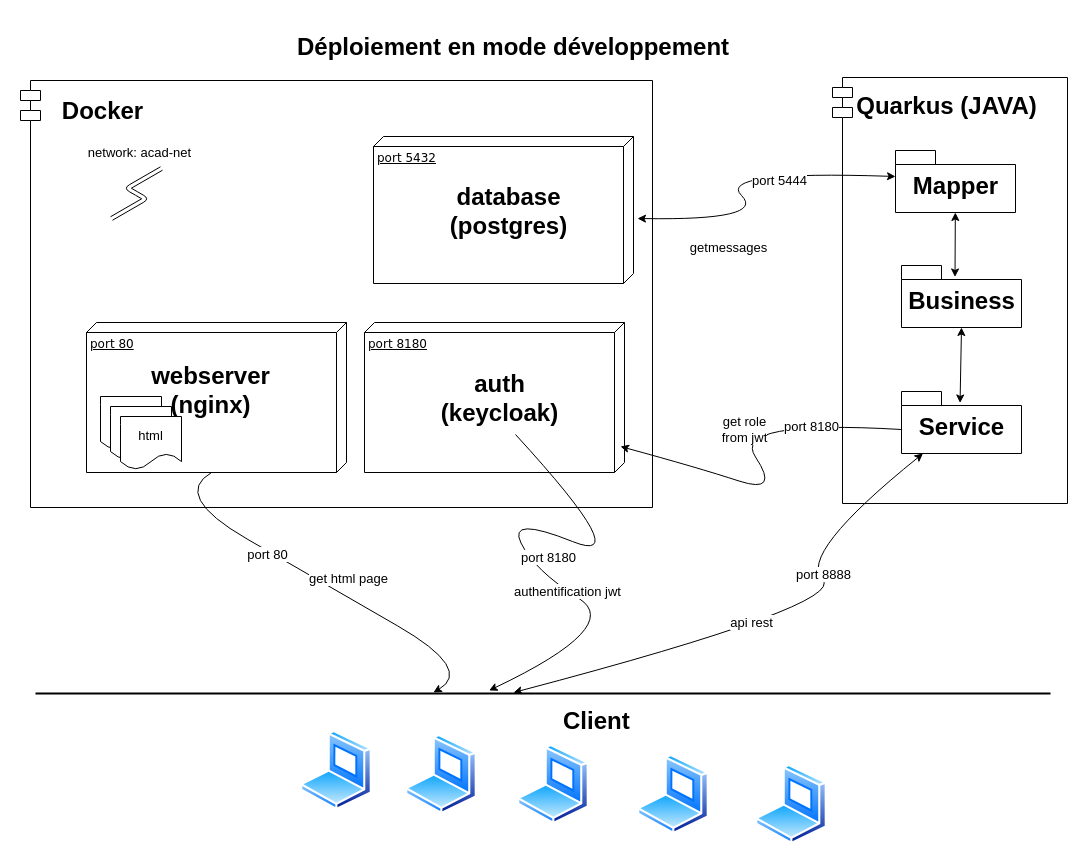
Earlier version of the draw.io diagram deploiement-developpement.drawio (ProjetUdS/S3_P6). Source tidied: cells renumbered, new cells numbered last; positions are measured from the earlier drawing's top-left corner, leaving out a move shared by most shapes. Both pictures are drawn from the tidied source at 100%, with x=0, y=0 at pixel (20, 27).
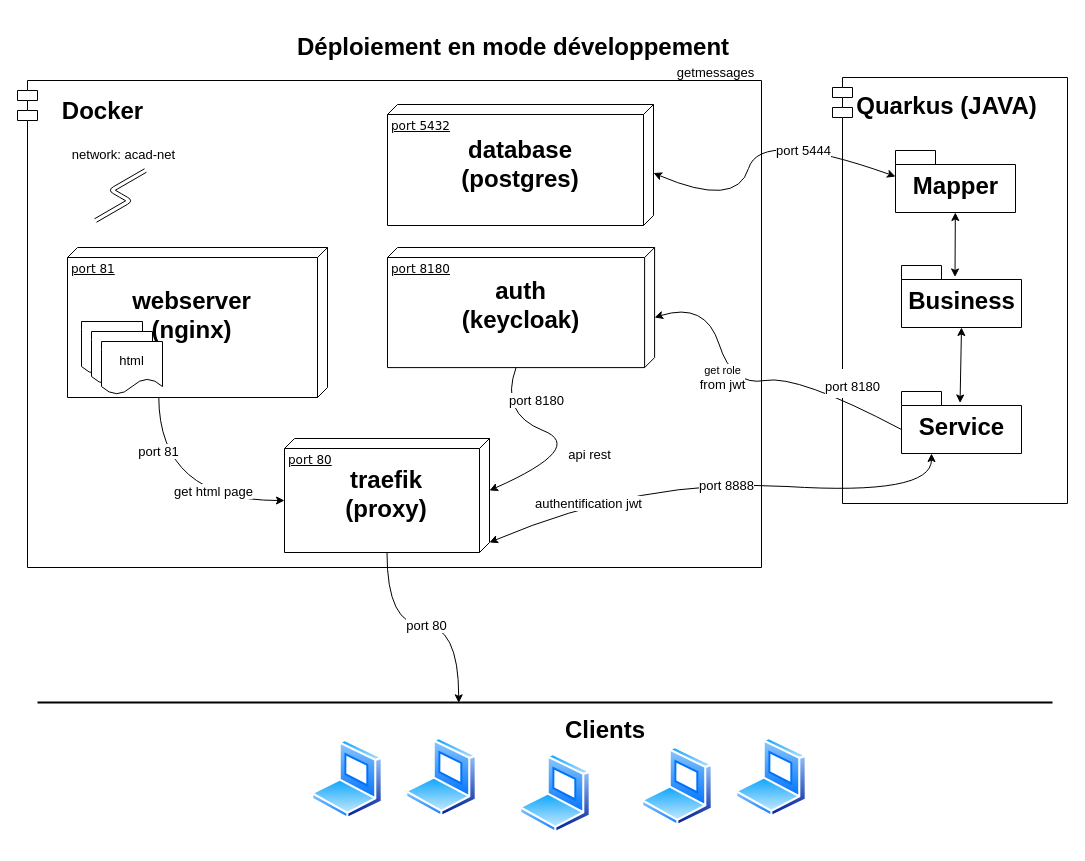
The same diagram, later.

The change refers to these unchanged cells:
```xml
<mxCell id="23" value="Mapper" style="shape=folder;fontStyle=1;spacingTop=10;tabWidth=40;tabHeight=14;tabPosition=left;html=1;fontSize=24;" parent="20" vertex="1">
  <mxGeometry x="63" y="73" width="120" height="62" as="geometry" />
</mxCell>
<mxCell id="25" value="Service" style="shape=folder;fontStyle=1;spacingTop=10;tabWidth=40;tabHeight=14;tabPosition=left;html=1;fontSize=24;" parent="20" vertex="1">
  <mxGeometry x="69" y="314" width="120" height="62" as="geometry" />
</mxCell>
<mxCell id="36" style="group;" parent="35" vertex="1">
  <mxGeometry width="260" height="155" as="geometry" />
</mxCell>
```

The edit, as a diff of the source:
```diff
@@
     <mxCell id="2" style="perimeter=ellipsePerimeter;html=1;align=center;shadow=0;dashed=0;spacingTop=3;image;image=img/lib/active_directory/laptop_client.svg;" parent="1" vertex="1">
-      <mxGeometry x="280" y="703" width="72" height="80" as="geometry" />
+      <mxGeometry x="291" y="712" width="72" height="80" as="geometry" />
     </mxCell>
     <mxCell id="3" style="perimeter=ellipsePerimeter;html=1;align=center;shadow=0;dashed=0;spacingTop=3;image;image=img/lib/active_directory/laptop_client.svg;" parent="1" vertex="1">
-      <mxGeometry x="385" y="707" width="72" height="80" as="geometry" />
+      <mxGeometry x="385" y="710" width="72" height="80" as="geometry" />
     </mxCell>
     <mxCell id="4" style="perimeter=ellipsePerimeter;html=1;align=center;shadow=0;dashed=0;spacingTop=3;image;image=img/lib/active_directory/laptop_client.svg;" parent="1" vertex="1">
-      <mxGeometry x="497" y="717" width="72" height="80" as="geometry" />
+      <mxGeometry x="499" y="726" width="72" height="80" as="geometry" />
     </mxCell>
     <mxCell id="5" style="perimeter=ellipsePerimeter;html=1;align=center;shadow=0;dashed=0;spacingTop=3;image;image=img/lib/active_directory/laptop_client.svg;" parent="1" vertex="1">
-      <mxGeometry x="617" y="727" width="72" height="80" as="geometry" />
+      <mxGeometry x="621" y="719" width="72" height="80" as="geometry" />
     </mxCell>
     <mxCell id="6" style="perimeter=ellipsePerimeter;html=1;align=center;shadow=0;dashed=0;spacingTop=3;image;image=img/lib/active_directory/laptop_client.svg;" parent="1" vertex="1">
-      <mxGeometry x="735" y="737" width="72" height="80" as="geometry" />
+      <mxGeometry x="715" y="710" width="72" height="80" as="geometry" />
     </mxCell>
     <mxCell id="7" style="line;strokeWidth=2;html=1;" parent="1" vertex="1">
-      <mxGeometry x="15" y="661" width="1015" height="10" as="geometry" />
+      <mxGeometry x="17" y="670" width="1015" height="10" as="geometry" />
     </mxCell>
-    <mxCell id="8" value="&lt;h1&gt;Client&lt;/h1&gt;" style="text;html=1;strokeColor=none;fillColor=none;spacing=5;spacingTop=-20;whiteSpace=wrap;overflow=hidden;rounded=0;" parent="1" vertex="1">
-      <mxGeometry x="538" y="674" width="120" height="50" as="geometry" />
+    <mxCell id="8" value="&lt;h1&gt;Clients&lt;/h1&gt;" style="text;html=1;strokeColor=none;fillColor=none;spacing=5;spacingTop=-20;whiteSpace=wrap;overflow=hidden;rounded=0;" parent="1" vertex="1">
+      <mxGeometry x="540" y="683" width="95" height="38" as="geometry" />
     </mxCell>
     <mxCell id="9" style="shape=module;align=left;spacingLeft=20;align=center;verticalAlign=top;" parent="1" vertex="1">
-      <mxGeometry y="53" width="632" height="427" as="geometry" />
+      <mxGeometry x="-3" y="53" width="744" height="487" as="geometry" />
     </mxCell>
-    <mxCell id="10" style="endArrow=none;html=1;entryX=0;entryY=0;entryDx=150;entryDy=135;entryPerimeter=0;exitX=0.392;exitY=0.4;exitDx=0;exitDy=0;exitPerimeter=0;edgeStyle=isometricEdgeStyle;curved=1;startArrow=classic;startFill=1;" parent="1" edge="1" source="7" target="37">
-      <mxGeometry relative="1" as="geometry" />
+    <mxCell id="10" style="endArrow=none;html=1;entryX=0.992;entryY=0.649;entryDx=0;entryDy=0;entryPerimeter=0;exitX=0;exitY=0;exitDx=62;exitDy=205;exitPerimeter=0;edgeStyle=orthogonalEdgeStyle;startArrow=classic;startFill=1;rounded=0;elbow=vertical;curved=1;endFill=0;" parent="1" edge="1" source="51" target="37">
+      <mxGeometry relative="1" as="geometry">
+        <Array as="points">
+          <mxPoint x="138" y="473" />
+        </Array>
+      </mxGeometry>
     </mxCell>
-    <mxCell id="11" value="port 80" style="edgeLabel;html=1;align=center;verticalAlign=middle;fontSize=13;" parent="10" vertex="1">
+    <mxCell id="11" value="port 81" style="edgeLabel;html=1;align=center;verticalAlign=middle;fontSize=13;" parent="10" vertex="1">
       <mxGeometry x="-0.2" y="-3" relative="1" as="geometry">
-        <mxPoint x="-95" y="-48" as="offset" />
+        <mxPoint x="-35" y="-47" as="offset" />
       </mxGeometry>
     </mxCell>
     <mxCell id="12" style="group;" parent="1" vertex="1">
-      <mxGeometry x="344" y="295" width="260" height="150" as="geometry" />
+      <mxGeometry x="367" y="220" width="268" height="121" as="geometry" />
     </mxCell>
     <mxCell id="13" value="port 8180" style="verticalAlign=top;align=left;spacingTop=8;spacingLeft=2;spacingRight=12;shape=cube;size=10;direction=south;fontStyle=4;html=1;rounded=0;shadow=0;comic=0;labelBackgroundColor=none;strokeWidth=1;fontFamily=Verdana;fontSize=12;" parent="12" vertex="1">
-      <mxGeometry width="260" height="150" as="geometry" />
+      <mxGeometry width="267.1" height="120.1" as="geometry" />
     </mxCell>
     <mxCell id="14" value="&lt;h1&gt;auth (keycloak)&lt;/h1&gt;" style="text;html=1;strokeColor=none;fillColor=none;spacing=5;spacingTop=-20;whiteSpace=wrap;overflow=hidden;rounded=0;align=center;" parent="12" vertex="1">
-      <mxGeometry x="62" y="42" width="147" height="70" as="geometry" />
+      <mxGeometry x="67.2" y="23.8" width="132.7" height="73.4" as="geometry" />
     </mxCell>
     <mxCell id="15" style="group;" parent="1" vertex="1">
-      <mxGeometry x="353" y="109" width="260" height="147" as="geometry" />
+      <mxGeometry x="367" y="77" width="266" height="121" as="geometry" />
     </mxCell>
     <mxCell id="16" value="port 5432" style="verticalAlign=top;align=left;spacingTop=8;spacingLeft=2;spacingRight=12;shape=cube;size=10;direction=south;fontStyle=4;html=1;rounded=0;shadow=0;comic=0;labelBackgroundColor=none;strokeWidth=1;fontFamily=Verdana;fontSize=12;" parent="15" vertex="1">
-      <mxGeometry width="260" height="147" as="geometry" />
+      <mxGeometry width="266" height="121" as="geometry" />
     </mxCell>
     <mxCell id="17" value="&lt;h1&gt;database (postgres)&lt;/h1&gt;" style="text;html=1;strokeColor=none;fillColor=none;spacing=5;spacingTop=-20;whiteSpace=wrap;overflow=hidden;rounded=0;align=center;" parent="15" vertex="1">
-      <mxGeometry x="62" y="41.2" width="147" height="68.6" as="geometry" />
+      <mxGeometry x="57.8" y="26" width="150.4" height="69" as="geometry" />
     </mxCell>
@@
-    <mxCell id="28" style="curved=1;endArrow=classic;html=1;rounded=0;fontSize=13;exitX=0.471;exitY=0.4;exitDx=0;exitDy=0;exitPerimeter=0;startArrow=classic;startFill=1;" parent="1" edge="1" source="7" target="25">
+    <mxCell id="28" style="curved=1;endArrow=classic;html=1;rounded=0;fontSize=13;exitX=0;exitY=0;exitDx=103.99999999999999;exitDy=0;exitPerimeter=0;startArrow=classic;startFill=1;entryX=0.25;entryY=1;entryDx=0;entryDy=0;entryPerimeter=0;" parent="1" edge="1" source="51" target="25">
       <mxGeometry relative="1" as="geometry">
         <Array as="points">
-          <mxPoint x="827" y="577" />
-          <mxPoint x="777" y="527" />
+          <mxPoint x="622" y="450" />
+          <mxPoint x="911" y="468" />
         </Array>
       </mxGeometry>
     </mxCell>
     <mxCell id="29" value="port 8888" style="edgeLabel;html=1;align=center;verticalAlign=middle;fontSize=13;" parent="28" vertex="1">
-      <mxGeometry x="0.33" y="-4" relative="1" as="geometry" />
+      <mxGeometry x="0.33" y="-4" relative="1" as="geometry">
+        <mxPoint x="-81" y="-7" as="offset" />
+      </mxGeometry>
     </mxCell>
     <mxCell id="30" value="api rest" style="edgeLabel;html=1;align=center;verticalAlign=middle;fontSize=13;" parent="28" vertex="1">
-      <mxGeometry x="-0.14" y="8" relative="1" as="geometry" />
+      <mxGeometry x="-0.14" y="8" relative="1" as="geometry">
+        <mxPoint x="-102" y="-18" as="offset" />
+      </mxGeometry>
     </mxCell>
-    <mxCell id="31" style="curved=1;endArrow=none;html=1;rounded=0;fontSize=24;entryX=0;entryY=0;entryDx=0;entryDy=38;entryPerimeter=0;strokeColor=default;startArrow=classic;startFill=1;endFill=0;" parent="1" edge="1" target="25">
+    <mxCell id="31" style="curved=1;endArrow=none;html=1;rounded=0;fontSize=24;entryX=0;entryY=0;entryDx=0;entryDy=38;entryPerimeter=0;strokeColor=default;startArrow=classic;startFill=1;endFill=0;exitX=0;exitY=0;exitDx=70;exitDy=0;exitPerimeter=0;" parent="1" edge="1" source="13" target="25">
       <mxGeometry relative="1" as="geometry">
-        <mxPoint x="600" y="419" as="sourcePoint" />
         <Array as="points">
-          <mxPoint x="677" y="440" />
-          <mxPoint x="760" y="467" />
-          <mxPoint x="710" y="392" />
+          <mxPoint x="685" y="274" />
+          <mxPoint x="712" y="359" />
+          <mxPoint x="777" y="347" />
         </Array>
       </mxGeometry>
     </mxCell>
@@
+    <mxCell id="46" value="get role&lt;br style=&quot;border-color: rgb(218, 220, 224); font-size: 13px;&quot;&gt;&lt;span style=&quot;font-size: 13px;&quot;&gt;from jwt&lt;/span&gt;" style="edgeLabel;html=1;align=center;verticalAlign=middle;" parent="31" vertex="1">
+      <mxGeometry x="-0.34" relative="1" as="geometry">
+        <mxPoint y="24" as="offset" />
+      </mxGeometry>
+    </mxCell>
     <mxCell id="33" style="endArrow=classic;html=1;fontSize=13;strokeColor=default;shape=link;edgeStyle=isometricEdgeStyle;" parent="1" edge="1">
       <mxGeometry relative="1" as="geometry">
-        <mxPoint x="91" y="191" as="sourcePoint" />
-        <mxPoint x="141" y="141" as="targetPoint" />
+        <mxPoint x="75" y="193" as="sourcePoint" />
+        <mxPoint x="125" y="143" as="targetPoint" />
       </mxGeometry>
     </mxCell>
     <mxCell id="34" value="&lt;font style=&quot;font-size: 13px;&quot;&gt;network: acad-net&lt;/font&gt;" style="edgeLabel;html=1;align=center;verticalAlign=middle;fontSize=24;" parent="1" vertex="1">
-      <mxGeometry x="118" y="121" as="geometry" />
+      <mxGeometry x="102" y="123" as="geometry" />
     </mxCell>
     <mxCell id="35" style="group;" parent="1" vertex="1">
-      <mxGeometry x="66" y="295" width="260" height="155" as="geometry" />
+      <mxGeometry x="47" y="220" width="260" height="155" as="geometry" />
     </mxCell>
@@
-    <mxCell id="37" value="port 80" style="verticalAlign=top;align=left;spacingTop=8;spacingLeft=2;spacingRight=12;shape=cube;size=10;direction=south;fontStyle=4;html=1;rounded=0;shadow=0;comic=0;labelBackgroundColor=none;strokeWidth=1;fontFamily=Verdana;fontSize=12;" parent="36" vertex="1">
+    <mxCell id="37" value="port 81" style="verticalAlign=top;align=left;spacingTop=8;spacingLeft=2;spacingRight=12;shape=cube;size=10;direction=south;fontStyle=4;html=1;rounded=0;shadow=0;comic=0;labelBackgroundColor=none;strokeWidth=1;fontFamily=Verdana;fontSize=12;" parent="36" vertex="1">
       <mxGeometry width="260" height="150" as="geometry" />
     </mxCell>
@@
-    <mxCell id="42" value="port 8180" style="curved=1;endArrow=none;html=1;fontSize=13;strokeColor=default;exitX=0.442;exitY=0.2;exitDx=0;exitDy=0;exitPerimeter=0;startArrow=classic;startFill=1;endFill=0;" parent="1" edge="1">
-      <mxGeometry x="0.16" y="-24" relative="1" as="geometry">
-        <mxPoint x="468.6" y="663" as="sourcePoint" />
-        <mxPoint x="495" y="407" as="targetPoint" />
+    <mxCell id="42" value="port 8180" style="curved=1;endArrow=none;html=1;fontSize=13;strokeColor=default;exitX=0;exitY=0;exitDx=51.99999999999999;exitDy=0;exitPerimeter=0;startArrow=classic;startFill=1;endFill=0;entryX=0;entryY=0;entryDx=120.06563706563706;entryDy=138.54882154882156;entryPerimeter=0;" parent="1" edge="1" source="51" target="13">
+      <mxGeometry x="0.37" y="-27" relative="1" as="geometry">
         <Array as="points">
-          <mxPoint x="603" y="599" />
-          <mxPoint x="514" y="543" />
-          <mxPoint x="487" y="488" />
-          <mxPoint x="617" y="540" />
+          <mxPoint x="566" y="420" />
+          <mxPoint x="479" y="386" />
         </Array>
+        <mxPoint y="1" as="offset" />
       </mxGeometry>
     </mxCell>
     <mxCell id="43" value="authentification jwt" style="edgeLabel;html=1;align=center;verticalAlign=middle;fontSize=13;" parent="42" vertex="1">
-      <mxGeometry x="-0.32" relative="1" as="geometry" />
+      <mxGeometry x="-0.32" relative="1" as="geometry">
+        <mxPoint x="22" y="47" as="offset" />
+      </mxGeometry>
     </mxCell>
     <mxCell id="44" value="getmessages" style="edgeLabel;html=1;align=center;verticalAlign=middle;fontSize=13;" parent="42" vertex="1">
       <mxGeometry x="-0.32" relative="1" as="geometry">
-        <mxPoint x="161" y="-344" as="offset" />
+        <mxPoint x="149" y="-384" as="offset" />
       </mxGeometry>
     </mxCell>
     <mxCell id="45" value="get html page" style="edgeLabel;html=1;align=center;verticalAlign=middle;fontSize=13;" parent="1" vertex="1">
-      <mxGeometry x="327" y="550" as="geometry" />
+      <mxGeometry x="192" y="463" as="geometry" />
     </mxCell>
-    <mxCell id="46" value="get role&lt;br&gt;from jwt" style="edgeLabel;html=1;align=center;verticalAlign=middle;fontSize=13;" parent="1" vertex="1">
-      <mxGeometry x="763" y="595" as="geometry">
-        <mxPoint x="-40" y="-194" as="offset" />
-      </mxGeometry>
-    </mxCell>
-    <mxCell id="47" style="curved=1;endArrow=classic;html=1;rounded=0;fontSize=24;entryX=0;entryY=0;entryDx=0;entryDy=26;entryPerimeter=0;startArrow=classic;startFill=1;" parent="1" edge="1" target="23">
+    <mxCell id="47" style="curved=1;endArrow=classic;html=1;rounded=0;fontSize=24;entryX=0;entryY=0;entryDx=0;entryDy=26;entryPerimeter=0;startArrow=classic;startFill=1;exitX=0;exitY=0;exitDx=68.5;exitDy=0;exitPerimeter=0;" parent="1" edge="1" source="16" target="23">
       <mxGeometry relative="1" as="geometry">
-        <mxPoint x="617" y="191" as="sourcePoint" />
         <Array as="points">
-          <mxPoint x="746" y="193" />
-          <mxPoint x="696" y="143" />
+          <mxPoint x="716" y="181" />
+          <mxPoint x="740" y="101" />
         </Array>
       </mxGeometry>
     </mxCell>
@@
+    <mxCell id="50" style="group;" parent="1" vertex="1">
+      <mxGeometry x="264" y="411" width="205" height="114" as="geometry" />
+    </mxCell>
+    <mxCell id="51" value="port 80" style="verticalAlign=top;align=left;spacingTop=8;spacingLeft=2;spacingRight=12;shape=cube;size=10;direction=south;fontStyle=4;html=1;rounded=0;shadow=0;comic=0;labelBackgroundColor=none;strokeWidth=1;fontFamily=Verdana;fontSize=12;" parent="50" vertex="1">
+      <mxGeometry width="205" height="114" as="geometry" />
+    </mxCell>
+    <mxCell id="52" value="&lt;h1&gt;traefik (proxy)&lt;/h1&gt;" style="text;html=1;strokeColor=none;fillColor=none;spacing=5;spacingTop=-20;whiteSpace=wrap;overflow=hidden;rounded=0;align=center;" parent="50" vertex="1">
+      <mxGeometry x="45.4" y="21.9" width="114.2" height="70.2" as="geometry" />
+    </mxCell>
+    <mxCell id="53" style="edgeStyle=orthogonalEdgeStyle;rounded=0;jettySize=auto;html=1;entryX=0.415;entryY=0.535;entryDx=0;entryDy=0;entryPerimeter=0;curved=1;" parent="1" edge="1" source="51" target="7">
+      <mxGeometry relative="1" as="geometry" />
+    </mxCell>
+    <mxCell id="54" value="port 80" style="edgeLabel;html=1;align=center;verticalAlign=middle;fontSize=13;" parent="53" vertex="1">
+      <mxGeometry relative="1" as="geometry" />
+    </mxCell>
```
